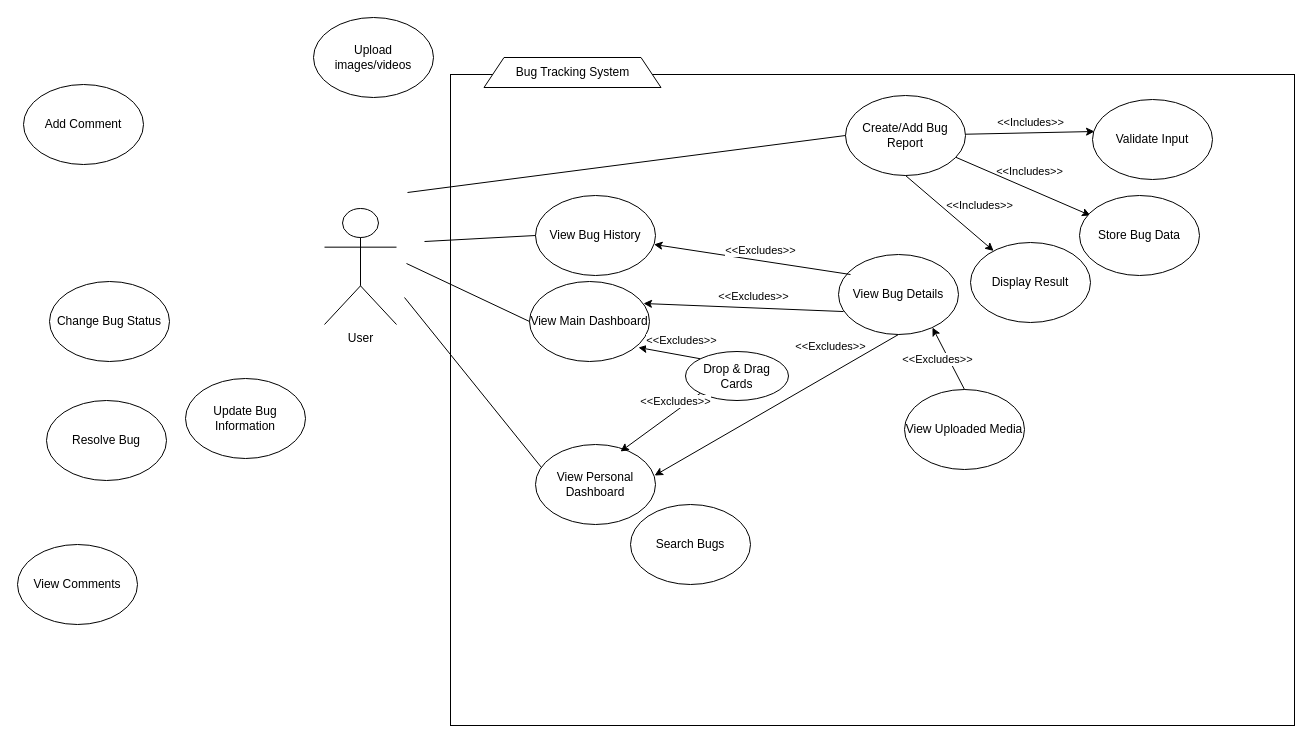
ConradCJM/bugterra keeps this draw.io diagram as UML-Diagrams/Use-Case-Diagram.drawio. Above is the earlier version. Source tidied: cells renumbered, new cells numbered last; positions are measured from the earlier drawing's top-left corner, leaving out a move shared by most shapes. Both pictures are drawn from the tidied source at 100%, with x=0, y=0 at pixel (17, 17).
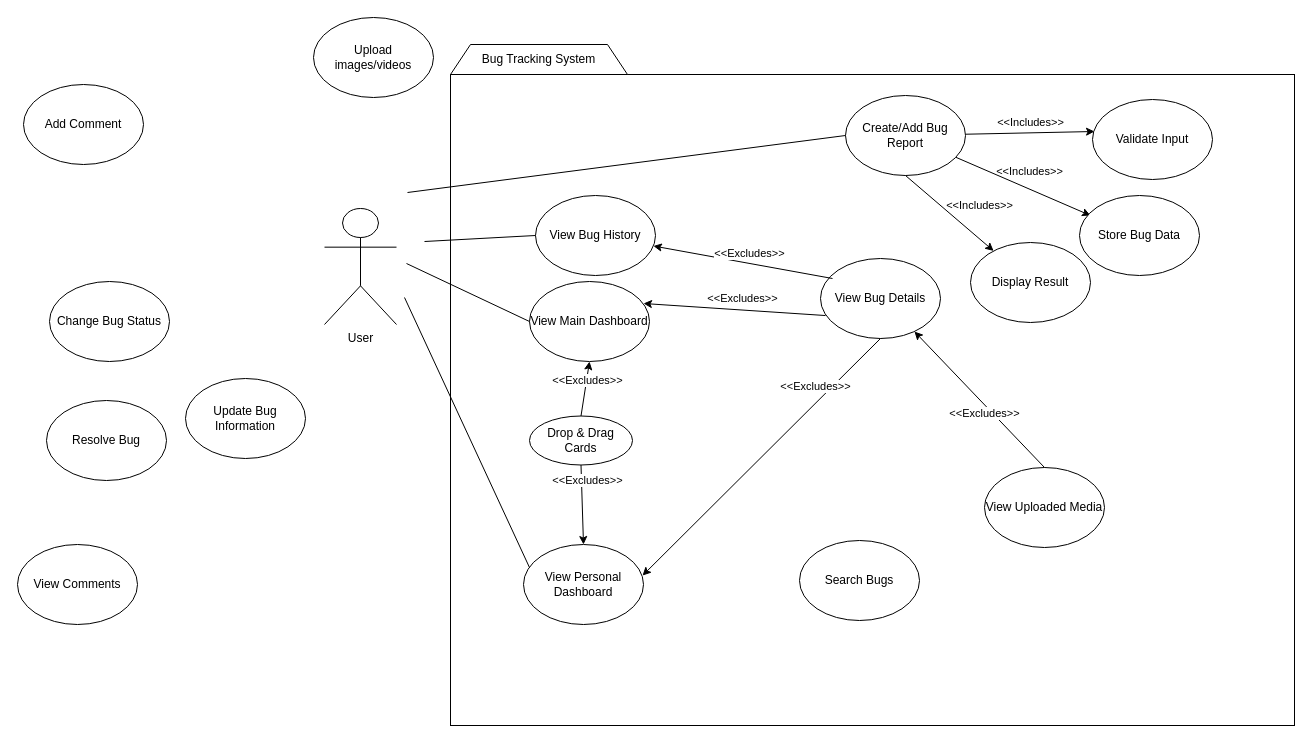
The same page after the edit.

Unchanged cells that the change refers to:
```xml
<mxCell id="25" value="View Main Dashboard" style="ellipse;whiteSpace=wrap;html=1;" parent="1" vertex="1">
  <mxGeometry x="512" y="264" width="120" height="80" as="geometry" />
</mxCell>
```

Change to the diagram source:
```diff
@@
     <mxCell id="4" value="Bug Tracking System" style="shape=trapezoid;perimeter=trapezoidPerimeter;whiteSpace=wrap;html=1;fixedSize=1;" parent="1" vertex="1">
-      <mxGeometry x="466.5" y="40" width="177" height="30" as="geometry" />
+      <mxGeometry x="433" y="27" width="177" height="30" as="geometry" />
     </mxCell>
@@
     <mxCell id="16" value="View Bug Details" style="ellipse;whiteSpace=wrap;html=1;" parent="1" vertex="1">
-      <mxGeometry x="821" y="237" width="120" height="80" as="geometry" />
+      <mxGeometry x="803" y="241" width="120" height="80" as="geometry" />
     </mxCell>
@@
     <mxCell id="21" value="View Uploaded Media" style="ellipse;whiteSpace=wrap;html=1;" parent="1" vertex="1">
-      <mxGeometry x="887" y="372" width="120" height="80" as="geometry" />
+      <mxGeometry x="967" y="450" width="120" height="80" as="geometry" />
     </mxCell>
     <mxCell id="22" value="Search Bugs" style="ellipse;whiteSpace=wrap;html=1;" parent="1" vertex="1">
-      <mxGeometry x="613" y="487" width="120" height="80" as="geometry" />
+      <mxGeometry x="782" y="523" width="120" height="80" as="geometry" />
     </mxCell>
@@
     <mxCell id="24" value="View Personal Dashboard" style="ellipse;whiteSpace=wrap;html=1;" parent="1" vertex="1">
-      <mxGeometry x="518" y="427" width="120" height="80" as="geometry" />
+      <mxGeometry x="506" y="527" width="120" height="80" as="geometry" />
     </mxCell>
@@
     <mxCell id="26" value="Drop &amp;amp; Drag Cards" style="ellipse;whiteSpace=wrap;html=1;" parent="1" vertex="1">
-      <mxGeometry x="668" y="334" width="103" height="49" as="geometry" />
+      <mxGeometry x="512" y="398.5" width="103" height="49" as="geometry" />
     </mxCell>
@@
-    <mxCell id="35" style="endArrow=classic;html=1;rounded=0;exitX=0;exitY=0;exitDx=0;exitDy=0;entryX=0.908;entryY=0.825;entryDx=0;entryDy=0;entryPerimeter=0;" parent="1" edge="1" source="26" target="25">
+    <mxCell id="35" style="endArrow=classic;html=1;rounded=0;exitX=0.5;exitY=0;exitDx=0;exitDy=0;entryX=0.5;entryY=1;entryDx=0;entryDy=0;" parent="1" edge="1" source="26" target="25">
       <mxGeometry relative="1" as="geometry" />
     </mxCell>
@@
-    <mxCell id="41" style="endArrow=classic;html=1;rounded=0;exitX=0;exitY=1;exitDx=0;exitDy=0;entryX=0.708;entryY=0.088;entryDx=0;entryDy=0;entryPerimeter=0;" parent="1" edge="1" source="26" target="24">
+    <mxCell id="41" style="endArrow=classic;html=1;rounded=0;exitX=0.5;exitY=1;exitDx=0;exitDy=0;entryX=0.5;entryY=0;entryDx=0;entryDy=0;" parent="1" edge="1" source="26" target="24">
       <mxGeometry relative="1" as="geometry" />
     </mxCell>
```
